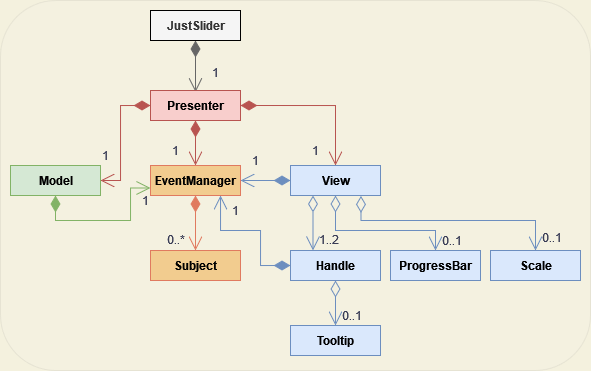
This is uml/uml-simplified.png from Riemelt/justSlider, a draw.io export, as it was before one commit. Source tidied: cells renumbered, new cells last; positions are measured from the earlier drawing's top-left corner, leaving out a move shared by most shapes.
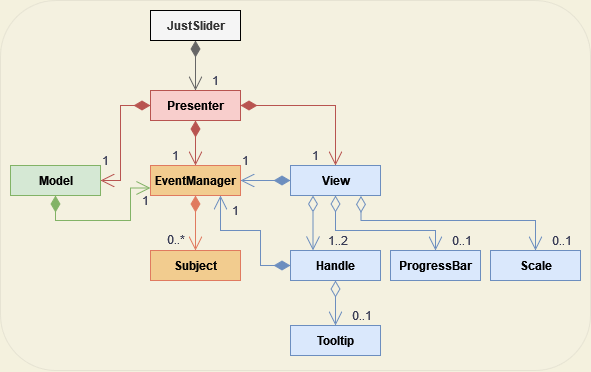
The same diagram one commit later.

Commit message:
UML: adjustments

What changed in the source:
```diff
@@ -6,10 +6,10 @@
       <mxGeometry width="590" height="370" as="geometry" />
     </mxCell>
     <mxCell id="3" value="0..1" style="endArrow=open;html=1;endSize=12;startArrow=diamondThin;startSize=14;startFill=0;edgeStyle=orthogonalEdgeStyle;align=left;verticalAlign=bottom;rounded=0;fontSize=12;entryX=0.5;entryY=0;entryDx=0;entryDy=0;exitX=0.5;exitY=1;exitDx=0;exitDy=0;strokeColor=#6c8ebf;fontColor=#393C56;labelBackgroundColor=none;fillColor=#dae8fc;" parent="1" edge="1" source="21" target="22">
-      <mxGeometry x="0.97" y="5" relative="1" as="geometry" />
+      <mxGeometry x="1" y="15" relative="1" as="geometry" />
     </mxCell>
     <mxCell id="4" value="0..1" style="endArrow=open;html=1;endSize=12;startArrow=diamondThin;startSize=14;startFill=0;edgeStyle=orthogonalEdgeStyle;align=left;verticalAlign=bottom;rounded=0;fontSize=12;entryX=0.5;entryY=0;entryDx=0;entryDy=0;exitX=0.783;exitY=1.013;exitDx=0;exitDy=0;strokeColor=#6c8ebf;fontColor=#393C56;labelBackgroundColor=none;fillColor=#dae8fc;exitPerimeter=0;" parent="1" edge="1" source="20" target="23">
-      <mxGeometry x="0.97" y="5" relative="1" as="geometry">
+      <mxGeometry x="1" y="15" relative="1" as="geometry">
         <Array as="points">
           <mxPoint x="360" y="220" />
           <mxPoint x="535" y="220" />
@@ -17,14 +17,17 @@
       </mxGeometry>
     </mxCell>
     <mxCell id="5" value="1..2" style="endArrow=open;html=1;endSize=12;startArrow=diamondThin;startSize=14;startFill=0;edgeStyle=orthogonalEdgeStyle;align=left;verticalAlign=bottom;rounded=0;fontSize=12;entryX=0.25;entryY=0;entryDx=0;entryDy=0;exitX=0.25;exitY=1;exitDx=0;exitDy=0;strokeColor=#6c8ebf;fontColor=#393C56;labelBackgroundColor=none;fillColor=#dae8fc;" parent="1" edge="1" source="20" target="21">
-      <mxGeometry x="0.97" y="5" relative="1" as="geometry">
+      <mxGeometry x="1" y="-7" relative="1" as="geometry">
         <Array as="points">
           <mxPoint x="313" y="250" />
         </Array>
+        <mxPoint x="14" as="offset" />
       </mxGeometry>
     </mxCell>
-    <mxCell id="6" value="0..1" style="endArrow=open;html=1;endSize=12;startArrow=diamondThin;startSize=14;startFill=0;edgeStyle=orthogonalEdgeStyle;align=left;verticalAlign=bottom;rounded=0;fontSize=12;exitX=0.5;exitY=1;exitDx=0;exitDy=0;entryX=0.5;entryY=0;entryDx=0;entryDy=0;strokeColor=#6c8ebf;fontColor=#393C56;labelBackgroundColor=none;fillColor=#dae8fc;" parent="1" edge="1" source="20" target="24">
-      <mxGeometry x="1" y="5" relative="1" as="geometry">
+    <mxCell id="6" value="0..1" style="endArrow=open;html=1;endSize=12;startArrow=diamondThin;startSize=14;startFill=0;edgeStyle=orthogonalEdgeStyle;align=left;verticalAlign=bottom;rounded=0;fontSize=12;exitX=0.5;exitY=1;exitDx=0;exitDy=0;entryX=0.5;entryY=0;entryDx=0;entryDy=0;strokeColor=#6c8ebf;fontColor=#393C56;labelBackgroundColor=none;fillColor=#dae8fc;" parent="1" edge="1">
+      <mxGeometry x="1" y="15" relative="1" as="geometry">
+        <mxPoint x="335" y="195" as="sourcePoint" />
+        <mxPoint x="435" y="250" as="targetPoint" />
         <Array as="points">
           <mxPoint x="335" y="230" />
           <mxPoint x="435" y="230" />
@@ -40,7 +43,7 @@
       </mxGeometry>
     </mxCell>
     <mxCell id="8" value="&lt;span style=&quot;font-size: 12px;&quot;&gt;1&lt;/span&gt;" style="endArrow=open;html=1;endSize=12;startArrow=diamondThin;startSize=14;startFill=1;edgeStyle=orthogonalEdgeStyle;align=left;verticalAlign=bottom;rounded=0;strokeColor=#6c8ebf;fontSize=12;fontColor=#393C56;fillColor=#dae8fc;labelBackgroundColor=none;entryX=1;entryY=0.5;entryDx=0;entryDy=0;" parent="1" edge="1" target="18">
-      <mxGeometry x="0.6" y="-10" relative="1" as="geometry">
+      <mxGeometry x="1" y="-10" relative="1" as="geometry">
         <mxPoint x="290" y="180" as="sourcePoint" />
       </mxGeometry>
     </mxCell>
@@ -63,10 +66,10 @@
       </mxGeometry>
     </mxCell>
     <mxCell id="11" value="1" style="endArrow=open;html=1;endSize=12;startArrow=diamondThin;startSize=14;startFill=1;edgeStyle=orthogonalEdgeStyle;align=left;verticalAlign=bottom;rounded=0;strokeColor=#b85450;fontSize=12;fontColor=#393C56;fillColor=#f8cecc;exitX=0.5;exitY=1;exitDx=0;exitDy=0;entryX=0.5;entryY=0;entryDx=0;entryDy=0;labelBackgroundColor=none;" parent="1" edge="1" source="16" target="18">
-      <mxGeometry x="0.78" y="-25" relative="1" as="geometry" />
+      <mxGeometry x="1" y="-25" relative="1" as="geometry" />
     </mxCell>
     <mxCell id="12" value="1" style="endArrow=open;html=1;endSize=12;startArrow=diamondThin;startSize=14;startFill=1;edgeStyle=orthogonalEdgeStyle;align=left;verticalAlign=bottom;rounded=0;fontSize=12;fontColor=#393C56;fillColor=#f8cecc;strokeColor=#b85450;exitX=0;exitY=0.5;exitDx=0;exitDy=0;labelBackgroundColor=none;" parent="1" edge="1" source="16" target="17">
-      <mxGeometry x="1" y="-15" relative="1" as="geometry">
+      <mxGeometry x="1" y="-10" relative="1" as="geometry">
         <Array as="points">
           <mxPoint x="120" y="105" />
           <mxPoint x="120" y="180" />
@@ -74,15 +77,10 @@
       </mxGeometry>
     </mxCell>
     <mxCell id="13" value="1" style="endArrow=open;html=1;endSize=12;startArrow=diamondThin;startSize=14;startFill=1;edgeStyle=orthogonalEdgeStyle;align=left;verticalAlign=bottom;rounded=0;strokeColor=#b85450;fontSize=12;fontColor=#393C56;fillColor=#f8cecc;entryX=0.5;entryY=0;entryDx=0;entryDy=0;exitX=1;exitY=0.5;exitDx=0;exitDy=0;labelBackgroundColor=none;" parent="1" edge="1" source="16" target="20">
-      <mxGeometry x="0.94" y="-25" relative="1" as="geometry" />
+      <mxGeometry x="1" y="-25" relative="1" as="geometry" />
     </mxCell>
-    <mxCell id="14" value="1" style="endArrow=open;html=1;endSize=12;startArrow=diamondThin;startSize=14;startFill=1;edgeStyle=orthogonalEdgeStyle;align=left;verticalAlign=bottom;rounded=0;strokeColor=#666666;fontSize=12;fontColor=#393C56;fillColor=#f5f5f5;exitX=0.5;exitY=1;exitDx=0;exitDy=0;labelBackgroundColor=none;entryX=0.501;entryY=0.051;entryDx=0;entryDy=0;entryPerimeter=0;" parent="1" edge="1" source="15" target="16">
-      <mxGeometry x="0.63" y="15" relative="1" as="geometry">
-        <Array as="points">
-          <mxPoint x="195" y="80" />
-          <mxPoint x="195" y="80" />
-        </Array>
-      </mxGeometry>
+    <mxCell id="14" value="1" style="endArrow=open;html=1;endSize=12;startArrow=diamondThin;startSize=14;startFill=1;edgeStyle=orthogonalEdgeStyle;align=left;verticalAlign=bottom;rounded=0;strokeColor=#666666;fontSize=12;fontColor=#393C56;fillColor=#f5f5f5;exitX=0.5;exitY=1;exitDx=0;exitDy=0;labelBackgroundColor=none;entryX=0.5;entryY=0;entryDx=0;entryDy=0;" parent="1" edge="1" source="15" target="16">
+      <mxGeometry x="1" y="15" relative="1" as="geometry" />
     </mxCell>
     <mxCell id="15" value="JustSlider" style="html=1;strokeColor=default;fontSize=12;verticalAlign=middle;fillColor=#f5f5f5;fontColor=#333333;fontStyle=1;startSize=28;" parent="1" vertex="1">
       <mxGeometry x="150" y="10" width="90" height="30" as="geometry" />
```
